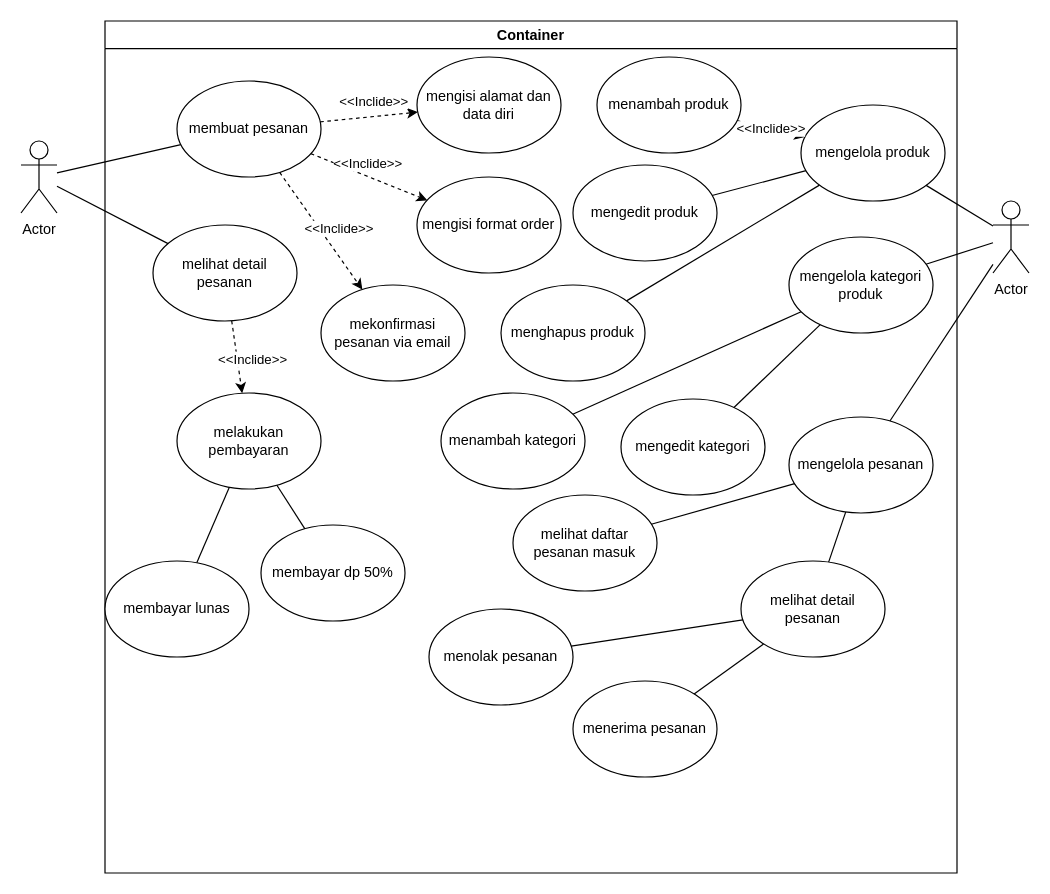
Above: use case.drawio in AndikaPrsty/percetakan (draw.io), before the change. Source tidied: cells renumbered, new cells numbered last; positions are measured from the earlier drawing's top-left corner, leaving out a move shared by most shapes. Both pictures are drawn from the tidied source at 120%, with x=0, y=0 at pixel (20, 20).
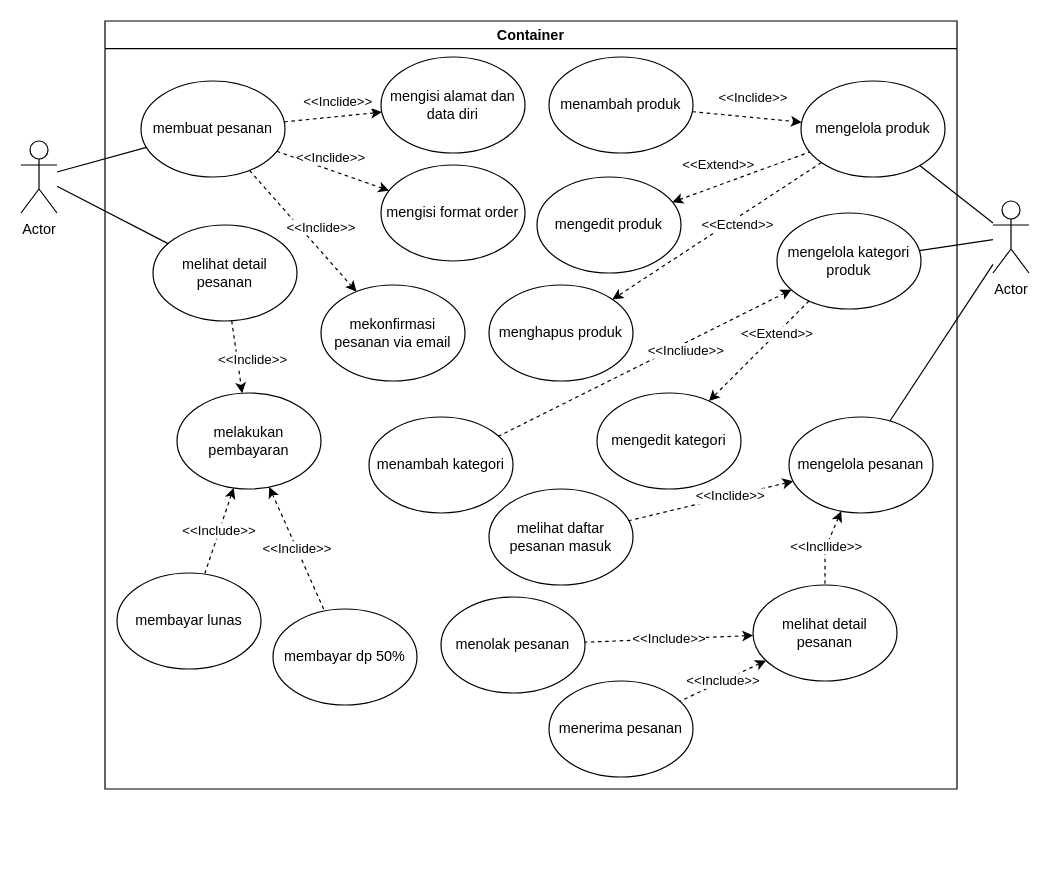
After the change.

The change refers to these unchanged cells:
```xml
<mxCell id="10" value="melakukan pembayaran" style="ellipse;whiteSpace=wrap;html=1;" parent="2" vertex="1">
  <mxGeometry x="60" y="310" width="120" height="80" as="geometry" />
</mxCell>
<mxCell id="29" value="mengelola pesanan" style="ellipse;whiteSpace=wrap;html=1;" parent="2" vertex="1">
  <mxGeometry x="570" y="330" width="120" height="80" as="geometry" />
</mxCell>
```

What changed in the source:
```diff
@@
     <mxCell id="2" value="Container" style="swimlane;" parent="1" vertex="1">
-      <mxGeometry x="70" width="710" height="710" as="geometry" />
+      <mxGeometry x="70" width="710" height="640" as="geometry" />
     </mxCell>
@@
     <mxCell id="4" value="membuat pesanan&lt;br&gt;" style="ellipse;whiteSpace=wrap;html=1;" parent="2" vertex="1">
-      <mxGeometry x="60" y="50" width="120" height="80" as="geometry" />
+      <mxGeometry x="30" y="50" width="120" height="80" as="geometry" />
     </mxCell>
     <mxCell id="5" value="mengisi format order" style="ellipse;whiteSpace=wrap;html=1;" parent="2" vertex="1">
-      <mxGeometry x="260" y="130" width="120" height="80" as="geometry" />
+      <mxGeometry x="230" y="120" width="120" height="80" as="geometry" />
     </mxCell>
@@
-    <mxCell id="8" style="edgeStyle=none;rounded=0;jettySize=auto;html=1;startArrow=none;startFill=0;endArrow=none;endFill=0;strokeColor=#000000;" parent="2" edge="1" source="10" target="36">
+    <mxCell id="8" value="&amp;lt;&amp;lt;Include&amp;gt;&amp;gt;" style="edgeStyle=none;rounded=0;jettySize=auto;html=1;startArrow=classic;startFill=1;endArrow=none;endFill=0;strokeColor=#000000;dashed=1;" parent="2" edge="1" source="10" target="36">
       <mxGeometry relative="1" as="geometry" />
     </mxCell>
-    <mxCell id="9" style="edgeStyle=none;rounded=0;jettySize=auto;html=1;startArrow=none;startFill=0;endArrow=none;endFill=0;strokeColor=#000000;" parent="2" edge="1" source="10" target="37">
+    <mxCell id="9" value="&amp;lt;&amp;lt;Inclide&amp;gt;&amp;gt;" style="edgeStyle=none;rounded=0;jettySize=auto;html=1;startArrow=classic;startFill=1;endArrow=none;endFill=0;strokeColor=#000000;dashed=1;" parent="2" edge="1" source="10" target="37">
       <mxGeometry relative="1" as="geometry" />
     </mxCell>
@@
     <mxCell id="13" value="mengisi alamat dan data diri" style="ellipse;whiteSpace=wrap;html=1;" parent="2" vertex="1">
-      <mxGeometry x="260" y="30" width="120" height="80" as="geometry" />
+      <mxGeometry x="230" y="30" width="120" height="80" as="geometry" />
     </mxCell>
@@
-    <mxCell id="15" style="edgeStyle=none;rounded=0;jettySize=auto;html=1;startArrow=none;startFill=0;endArrow=none;endFill=0;strokeColor=#000000;" parent="2" edge="1" source="16" target="21">
+    <mxCell id="15" style="edgeStyle=none;rounded=0;jettySize=auto;html=1;startArrow=none;startFill=0;endArrow=classic;endFill=1;strokeColor=#000000;dashed=1;" parent="2" edge="1" source="16" target="21">
       <mxGeometry relative="1" as="geometry" />
     </mxCell>
+    <mxCell id="45" value="&amp;lt;&amp;lt;Ectend&amp;gt;&amp;gt;" style="edgeLabel;html=1;align=center;verticalAlign=middle;" parent="15" vertex="1">
+      <mxGeometry x="-0.24" y="-3" relative="1" as="geometry">
+        <mxPoint x="-3.1" y="10.9" as="offset" />
+      </mxGeometry>
+    </mxCell>
     <mxCell id="16" value="mengelola produk" style="ellipse;whiteSpace=wrap;html=1;" parent="2" vertex="1">
-      <mxGeometry x="580" y="70" width="120" height="80" as="geometry" />
+      <mxGeometry x="580" y="50" width="120" height="80" as="geometry" />
     </mxCell>
     <mxCell id="17" value="&amp;lt;&amp;lt;Inclide&amp;gt;&amp;gt;" style="edgeStyle=none;rounded=0;jettySize=auto;html=1;startArrow=none;startFill=0;endArrow=classic;endFill=1;strokeColor=#000000;dashed=1;" parent="2" edge="1" source="18" target="16">
-      <mxGeometry relative="1" as="geometry" />
+      <mxGeometry x="0.06" y="16" relative="1" as="geometry" />
     </mxCell>
     <mxCell id="18" value="menambah produk" style="ellipse;whiteSpace=wrap;html=1;" parent="2" vertex="1">
-      <mxGeometry x="410" y="30" width="120" height="80" as="geometry" />
+      <mxGeometry x="370" y="30" width="120" height="80" as="geometry" />
     </mxCell>
-    <mxCell id="19" style="edgeStyle=none;rounded=0;jettySize=auto;html=1;startArrow=none;startFill=0;endArrow=none;endFill=0;strokeColor=#000000;" parent="2" edge="1" source="20" target="16">
-      <mxGeometry relative="1" as="geometry" />
+    <mxCell id="19" value="&amp;lt;&amp;lt;Extend&amp;gt;&amp;gt;" style="edgeStyle=none;rounded=0;jettySize=auto;html=1;startArrow=classic;startFill=1;endArrow=none;endFill=0;strokeColor=#000000;dashed=1;" parent="2" edge="1" source="20" target="16">
+      <mxGeometry x="-0.25" y="16" relative="1" as="geometry" />
     </mxCell>
     <mxCell id="20" value="mengedit produk" style="ellipse;whiteSpace=wrap;html=1;" parent="2" vertex="1">
-      <mxGeometry x="390" y="120" width="120" height="80" as="geometry" />
+      <mxGeometry x="360" y="130" width="120" height="80" as="geometry" />
     </mxCell>
     <mxCell id="21" value="menghapus produk" style="ellipse;whiteSpace=wrap;html=1;" parent="2" vertex="1">
-      <mxGeometry x="330" y="220" width="120" height="80" as="geometry" />
+      <mxGeometry x="320" y="220" width="120" height="80" as="geometry" />
     </mxCell>
-    <mxCell id="22" style="edgeStyle=none;rounded=0;jettySize=auto;html=1;startArrow=none;startFill=0;endArrow=none;endFill=0;strokeColor=#000000;" parent="2" edge="1" source="24" target="25">
+    <mxCell id="22" style="edgeStyle=none;rounded=0;jettySize=auto;html=1;startArrow=classic;startFill=1;endArrow=none;endFill=0;strokeColor=#000000;dashed=1;" parent="2" edge="1" source="24" target="25">
       <mxGeometry relative="1" as="geometry" />
     </mxCell>
+    <mxCell id="46" value="&amp;lt;&amp;lt;Incliude&amp;gt;&amp;gt;" style="edgeLabel;html=1;align=center;verticalAlign=middle;" parent="22" vertex="1">
+      <mxGeometry x="-0.25" y="5" relative="1" as="geometry" />
+    </mxCell>
-    <mxCell id="23" style="edgeStyle=none;rounded=0;jettySize=auto;html=1;startArrow=none;startFill=0;endArrow=none;endFill=0;strokeColor=#000000;" parent="2" edge="1" source="24" target="26">
+    <mxCell id="23" style="edgeStyle=none;rounded=0;jettySize=auto;html=1;startArrow=none;startFill=0;endArrow=classic;endFill=1;strokeColor=#000000;dashed=1;" parent="2" edge="1" source="24" target="26">
       <mxGeometry relative="1" as="geometry" />
     </mxCell>
+    <mxCell id="47" value="&amp;lt;&amp;lt;Extend&amp;gt;&amp;gt;" style="edgeLabel;html=1;align=center;verticalAlign=middle;" parent="23" vertex="1">
+      <mxGeometry x="-0.34" relative="1" as="geometry" />
+    </mxCell>
     <mxCell id="24" value="mengelola kategori produk" style="ellipse;whiteSpace=wrap;html=1;" parent="2" vertex="1">
-      <mxGeometry x="570" y="180" width="120" height="80" as="geometry" />
+      <mxGeometry x="560" y="160" width="120" height="80" as="geometry" />
     </mxCell>
     <mxCell id="25" value="menambah kategori" style="ellipse;whiteSpace=wrap;html=1;" parent="2" vertex="1">
-      <mxGeometry x="280" y="310" width="120" height="80" as="geometry" />
+      <mxGeometry x="220" y="330" width="120" height="80" as="geometry" />
     </mxCell>
     <mxCell id="26" value="mengedit kategori" style="ellipse;whiteSpace=wrap;html=1;" parent="2" vertex="1">
-      <mxGeometry x="430" y="315" width="120" height="80" as="geometry" />
+      <mxGeometry x="410" y="310" width="120" height="80" as="geometry" />
     </mxCell>
-    <mxCell id="27" style="edgeStyle=none;rounded=0;jettySize=auto;html=1;startArrow=none;startFill=0;endArrow=none;endFill=0;strokeColor=#000000;" parent="2" edge="1" source="29" target="30">
+    <mxCell id="27" style="edgeStyle=none;rounded=0;jettySize=auto;html=1;startArrow=classic;startFill=1;endArrow=none;endFill=0;strokeColor=#000000;dashed=1;" parent="2" edge="1" source="29" target="30">
       <mxGeometry relative="1" as="geometry" />
     </mxCell>
+    <mxCell id="48" value="&amp;lt;&amp;lt;Inclide&amp;gt;&amp;gt;" style="edgeLabel;html=1;align=center;verticalAlign=middle;" parent="27" vertex="1">
+      <mxGeometry x="-0.24" y="-1" relative="1" as="geometry" />
+    </mxCell>
-    <mxCell id="28" style="edgeStyle=none;rounded=0;jettySize=auto;html=1;startArrow=none;startFill=0;endArrow=none;endFill=0;strokeColor=#000000;" parent="2" edge="1" source="29" target="33">
-      <mxGeometry relative="1" as="geometry" />
+    <mxCell id="28" value="&amp;lt;&amp;lt;Incllide&amp;gt;&amp;gt;" style="edgeStyle=none;rounded=0;jettySize=auto;html=1;startArrow=classic;startFill=1;endArrow=none;endFill=0;strokeColor=#000000;dashed=1;" parent="2" edge="1" source="29" target="33">
+      <mxGeometry relative="1" as="geometry">
+        <Array as="points">
+          <mxPoint x="600" y="440" />
+        </Array>
+      </mxGeometry>
     </mxCell>
@@
     <mxCell id="30" value="melihat daftar pesanan masuk" style="ellipse;whiteSpace=wrap;html=1;" parent="2" vertex="1">
-      <mxGeometry x="340" y="395" width="120" height="80" as="geometry" />
+      <mxGeometry x="320" y="390" width="120" height="80" as="geometry" />
     </mxCell>
-    <mxCell id="31" style="edgeStyle=none;rounded=0;jettySize=auto;html=1;startArrow=none;startFill=0;endArrow=none;endFill=0;strokeColor=#000000;" parent="2" edge="1" source="33" target="34">
+    <mxCell id="31" value="&amp;lt;&amp;lt;Include&amp;gt;&amp;gt;" style="edgeStyle=none;rounded=0;jettySize=auto;html=1;startArrow=classic;startFill=1;endArrow=none;endFill=0;strokeColor=#000000;dashed=1;" parent="2" edge="1" source="33" target="34">
       <mxGeometry relative="1" as="geometry" />
     </mxCell>
-    <mxCell id="32" style="edgeStyle=none;rounded=0;jettySize=auto;html=1;startArrow=none;startFill=0;endArrow=none;endFill=0;strokeColor=#000000;" parent="2" edge="1" source="33" target="35">
+    <mxCell id="32" value="&amp;lt;&amp;lt;Include&amp;gt;&amp;gt;" style="edgeStyle=none;rounded=0;jettySize=auto;html=1;startArrow=classic;startFill=1;endArrow=none;endFill=0;strokeColor=#000000;dashed=1;" parent="2" edge="1" source="33" target="35">
       <mxGeometry relative="1" as="geometry" />
     </mxCell>
     <mxCell id="33" value="melihat detail pesanan" style="ellipse;whiteSpace=wrap;html=1;" parent="2" vertex="1">
-      <mxGeometry x="530" y="450" width="120" height="80" as="geometry" />
+      <mxGeometry x="540" y="470" width="120" height="80" as="geometry" />
     </mxCell>
     <mxCell id="34" value="menolak pesanan" style="ellipse;whiteSpace=wrap;html=1;" parent="2" vertex="1">
-      <mxGeometry x="270" y="490" width="120" height="80" as="geometry" />
+      <mxGeometry x="280" y="480" width="120" height="80" as="geometry" />
     </mxCell>
     <mxCell id="35" value="menerima pesanan" style="ellipse;whiteSpace=wrap;html=1;" parent="2" vertex="1">
-      <mxGeometry x="390" y="550" width="120" height="80" as="geometry" />
+      <mxGeometry x="370" y="550" width="120" height="80" as="geometry" />
     </mxCell>
     <mxCell id="36" value="membayar lunas" style="ellipse;whiteSpace=wrap;html=1;" parent="2" vertex="1">
-      <mxGeometry y="450" width="120" height="80" as="geometry" />
+      <mxGeometry x="10" y="460" width="120" height="80" as="geometry" />
     </mxCell>
     <mxCell id="37" value="membayar dp 50%" style="ellipse;whiteSpace=wrap;html=1;" parent="2" vertex="1">
-      <mxGeometry x="130" y="420" width="120" height="80" as="geometry" />
+      <mxGeometry x="140" y="490" width="120" height="80" as="geometry" />
     </mxCell>
```
